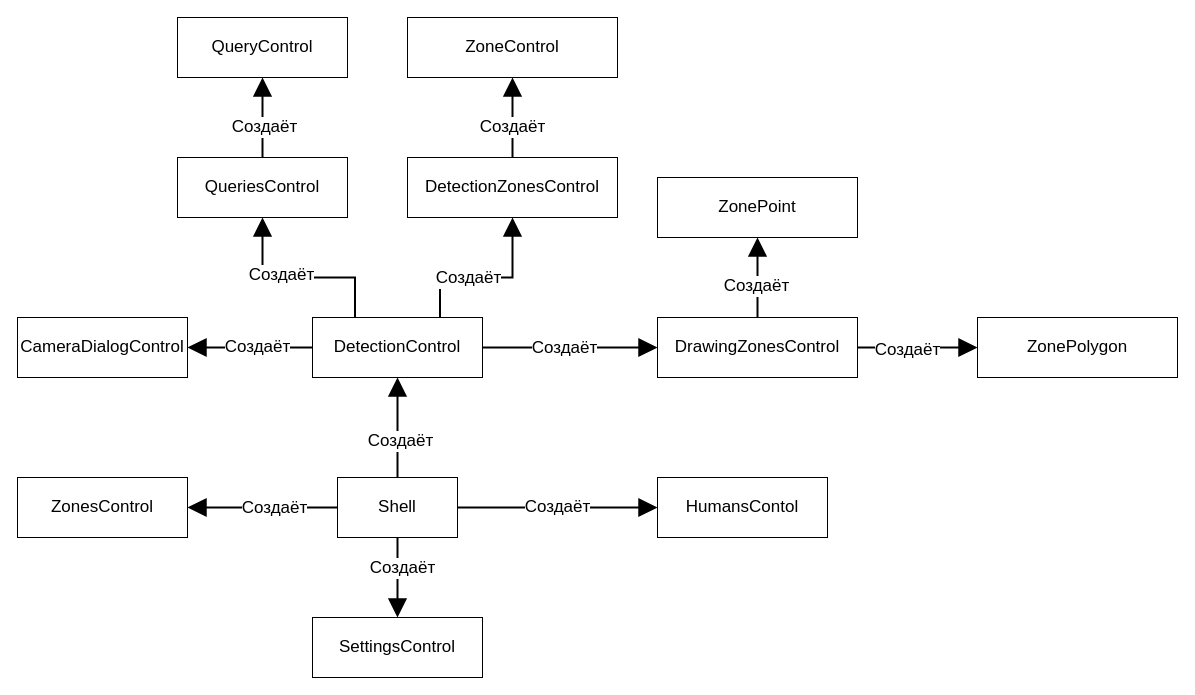
GoldGreen/Skeletonization keeps this draw.io diagram as page "Views" (4 of 12) of Packets.drawio. Above is the earlier version. Source tidied: cells renumbered, new cells numbered last; positions are measured from the earlier drawing's top-left corner, leaving out a move shared by most shapes. Both pictures are drawn from the tidied source at 100%, with x=0, y=0 at pixel (17, 17).
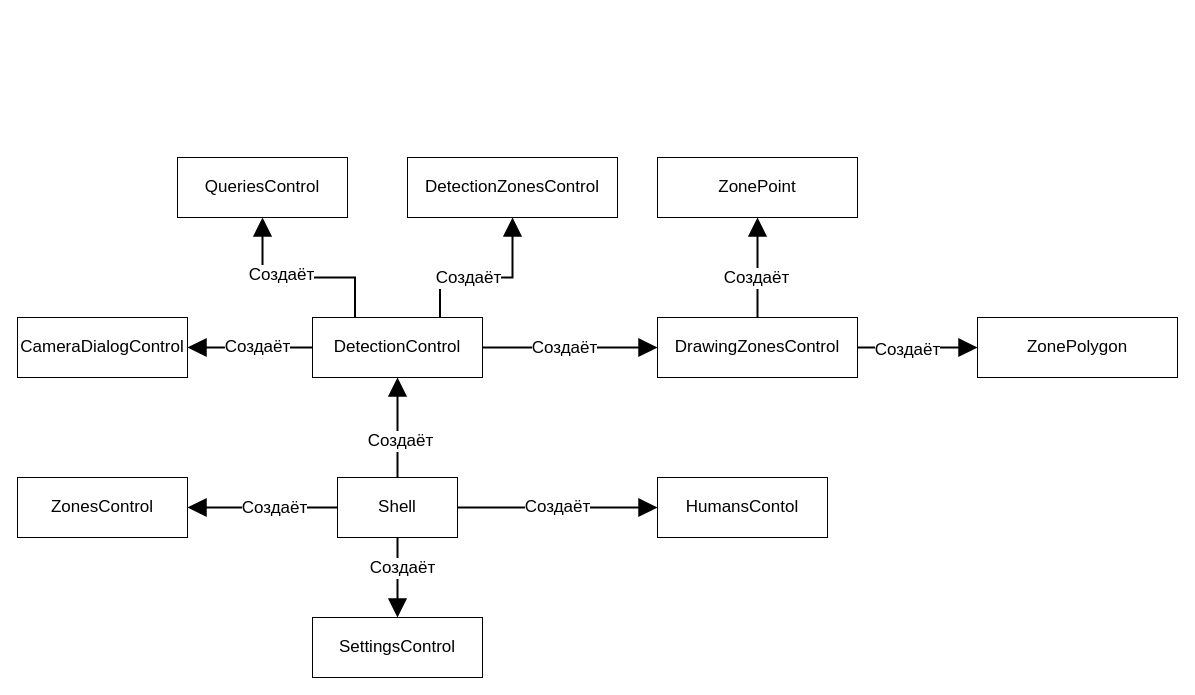
Above is the later version.

Unchanged cells that the change refers to:
```xml
<mxCell id="21" value="DetectionZonesControl" style="rounded=0;whiteSpace=wrap;html=1;fontSize=17;" parent="1" vertex="1">
  <mxGeometry x="390" y="140" width="210" height="60" as="geometry" />
</mxCell>
<mxCell id="35" value="QueriesControl" style="rounded=0;whiteSpace=wrap;html=1;fontSize=17;" parent="1" vertex="1">
  <mxGeometry x="160" y="140" width="170" height="60" as="geometry" />
</mxCell>
```

What changed in the source:
```diff
@@
-    <mxCell id="19" style="edgeStyle=orthogonalEdgeStyle;rounded=0;jettySize=auto;html=1;exitX=0.5;exitY=0;exitDx=0;exitDy=0;entryX=0.5;entryY=1;entryDx=0;entryDy=0;fontSize=17;endArrow=block;endFill=1;startSize=6;endSize=14;strokeWidth=2;" parent="1" edge="1" source="21" target="29">
-      <mxGeometry relative="1" as="geometry" />
-    </mxCell>
-    <mxCell id="20" value="Создаёт" style="edgeLabel;html=1;align=center;verticalAlign=middle;fontSize=17;" parent="19" vertex="1">
-      <mxGeometry x="-0.23" y="1" relative="1" as="geometry" />
-    </mxCell>
@@
     <mxCell id="27" value="ZonePoint" style="rounded=0;whiteSpace=wrap;html=1;fontSize=17;" parent="1" vertex="1">
-      <mxGeometry x="640" y="160" width="200" height="60" as="geometry" />
+      <mxGeometry x="640" y="140" width="200" height="60" as="geometry" />
     </mxCell>
@@
-    <mxCell id="29" value="ZoneControl" style="rounded=0;whiteSpace=wrap;html=1;fontSize=17;" parent="1" vertex="1">
-      <mxGeometry x="390" width="210" height="60" as="geometry" />
-    </mxCell>
@@
-    <mxCell id="33" style="edgeStyle=orthogonalEdgeStyle;rounded=0;jettySize=auto;html=1;exitX=0.5;exitY=0;exitDx=0;exitDy=0;entryX=0.5;entryY=1;entryDx=0;entryDy=0;fontSize=17;endArrow=block;endFill=1;startSize=6;endSize=14;strokeWidth=2;" parent="1" edge="1" source="35" target="36">
-      <mxGeometry relative="1" as="geometry" />
-    </mxCell>
-    <mxCell id="34" value="Создаёт" style="edgeLabel;html=1;align=center;verticalAlign=middle;fontSize=17;" parent="33" vertex="1">
-      <mxGeometry x="-0.22" y="-1" relative="1" as="geometry" />
-    </mxCell>
@@
-    <mxCell id="36" value="QueryControl" style="rounded=0;whiteSpace=wrap;html=1;fontSize=17;" parent="1" vertex="1">
-      <mxGeometry x="160" width="170" height="60" as="geometry" />
-    </mxCell>
```
